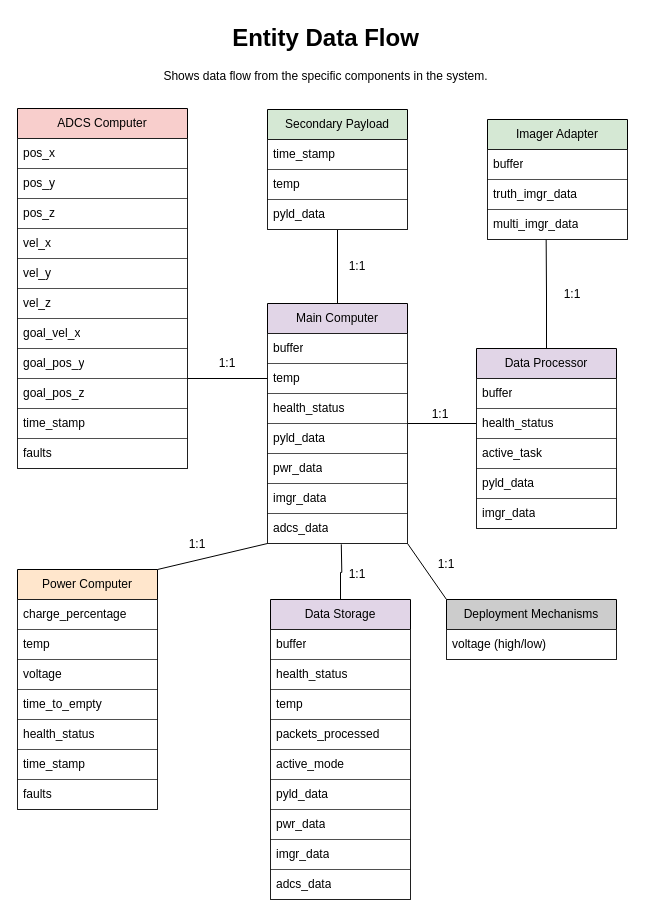
This is page "D1 Model" (4 of 15) of Design_Diagrams/design_diagrams.drawio from mezosauce/CubeCatsSeniorDesign, a draw.io file, before an edit. Source tidied: cells renumbered, new cells numbered last; positions are measured from the earlier drawing's top-left corner, leaving out a move shared by most shapes. Both pictures are drawn from the tidied source at 100%, with x=0, y=0 at pixel (17, 17).
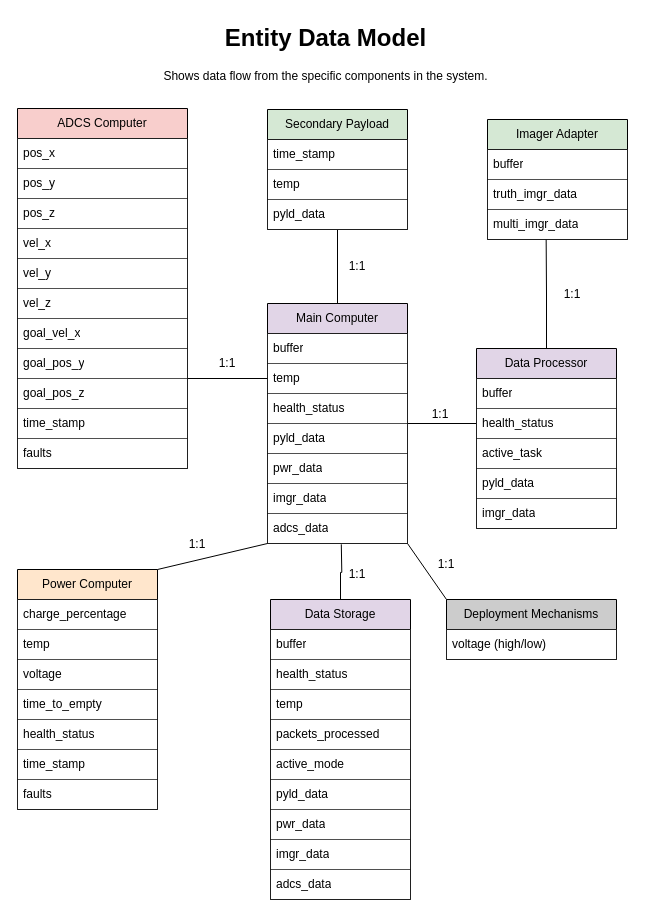
Above is the later version.

The edit, as a diff of the source:
```diff
@@
-    <mxCell id="70" value="&lt;h1 style=&quot;margin-top: 0px;&quot;&gt;Entity Data Flow&lt;/h1&gt;&lt;p&gt;Shows data flow from the specific components in the system.&lt;/p&gt;" style="text;html=1;whiteSpace=wrap;overflow=hidden;rounded=0;align=center;" parent="1" vertex="1">
+    <mxCell id="70" value="&lt;h1 style=&quot;margin-top: 0px;&quot;&gt;Entity Data Model&lt;/h1&gt;&lt;p&gt;Shows data flow from the specific components in the system.&lt;/p&gt;" style="text;html=1;whiteSpace=wrap;overflow=hidden;rounded=0;align=center;" parent="1" vertex="1">
       <mxGeometry x="81" width="455" height="120" as="geometry" />
     </mxCell>
```
